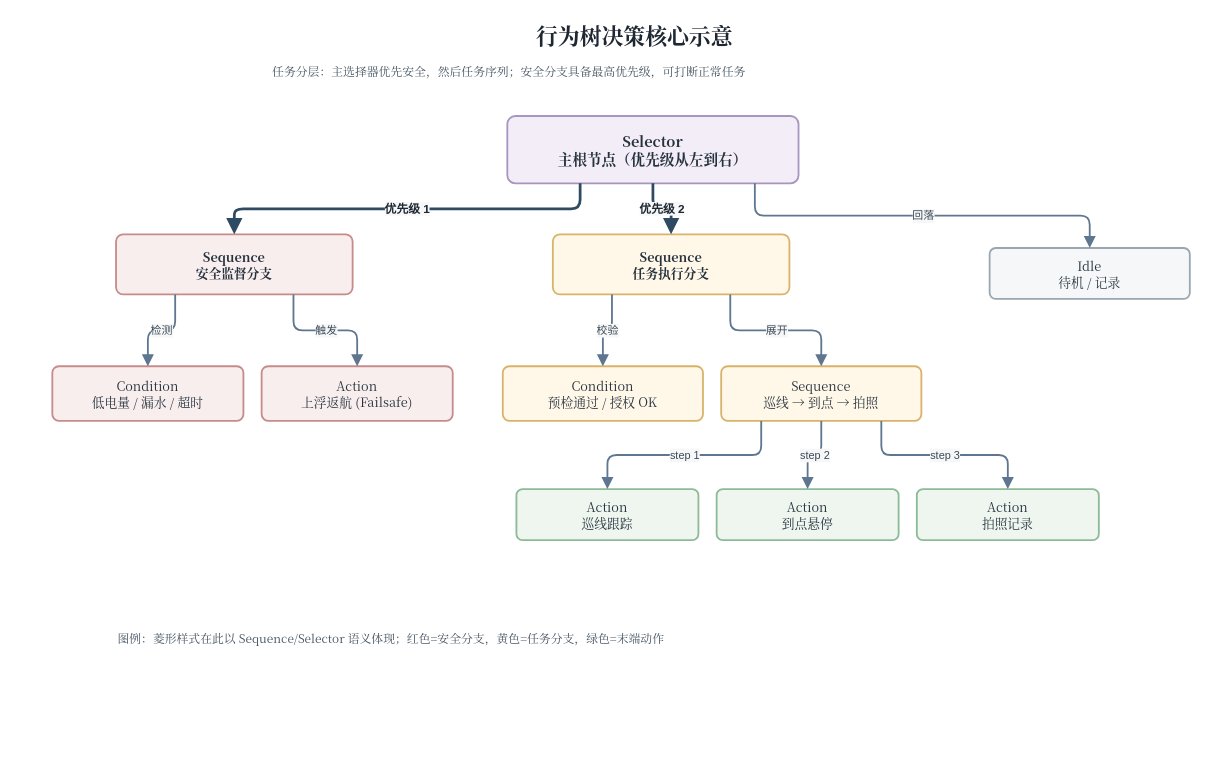
360ZMEM/AUV-Master-Project keeps this draw.io diagram as docs/thesis/figures/architecture/auv_v2_behavior_tree_illustration.drawio. Above is the earlier version. Source tidied: cells renumbered, new cells numbered last; positions are measured from the earlier drawing's top-left corner, leaving out a move shared by most shapes. Both pictures are drawn from the tidied source at 91%, with x=0, y=0 at pixel (52, 15).
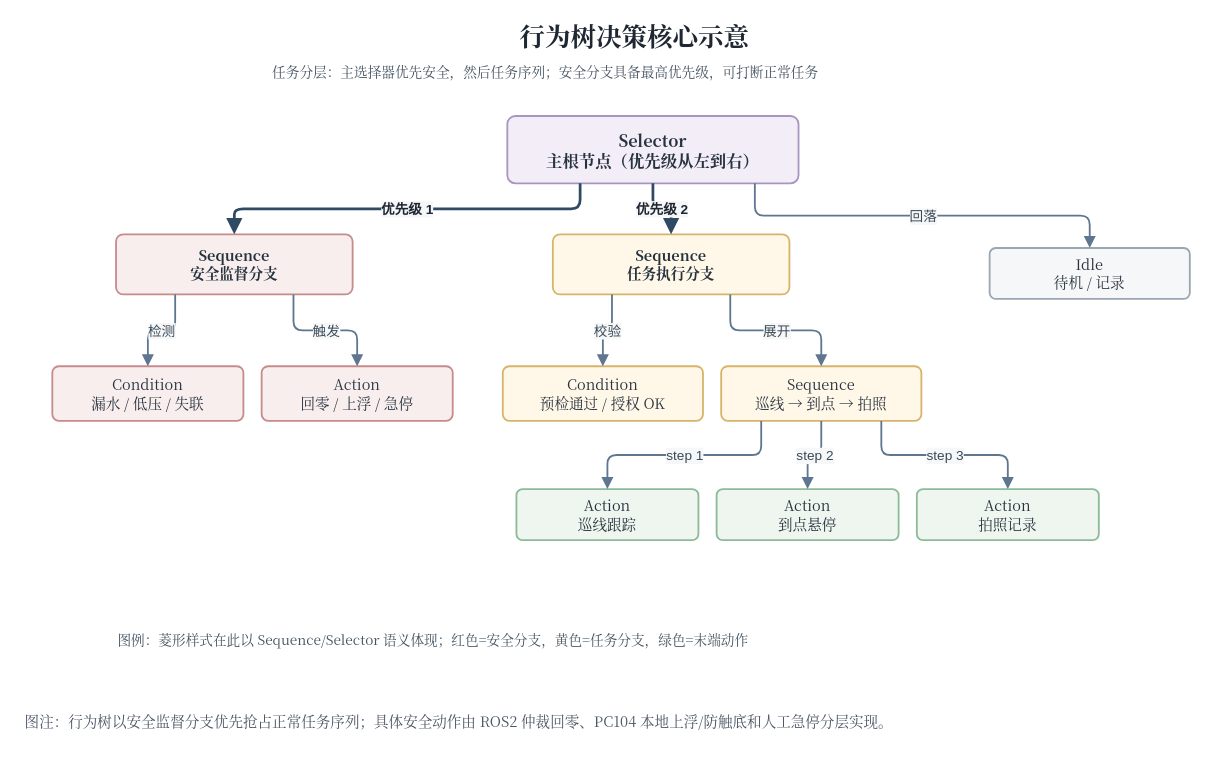
The same diagram, later.

What changed in the source:
```diff
@@
-    <mxCell id="2" value="行为树决策核心示意" style="text;html=1;strokeColor=none;fillColor=none;align=center;verticalAlign=middle;whiteSpace=wrap;rounded=0;fontFamily=Noto Serif CJK SC,Times New Roman;fontSize=24;fontStyle=1;fontColor=#1E2732;" parent="1" vertex="1">
+    <mxCell id="2" value="行为树决策核心示意" style="text;html=1;strokeColor=none;fillColor=none;align=center;verticalAlign=middle;whiteSpace=wrap;rounded=0;fontFamily=Noto Serif CJK SC,Times New Roman;fontSize=28;fontStyle=1;fontColor=#1E2732;" parent="1" vertex="1">
       <mxGeometry x="330" width="620" height="42" as="geometry" />
     </mxCell>
-    <mxCell id="3" value="任务分层：主选择器优先安全，然后任务序列；安全分支具备最高优先级，可打断正常任务" style="text;html=1;strokeColor=none;fillColor=none;align=left;verticalAlign=top;whiteSpace=wrap;rounded=0;fontFamily=Noto Serif CJK SC,Times New Roman;fontSize=13;fontColor=#43525F;" parent="1" vertex="1">
+    <mxCell id="3" value="任务分层：主选择器优先安全，然后任务序列；安全分支具备最高优先级，可打断正常任务" style="text;html=1;strokeColor=none;fillColor=none;align=left;verticalAlign=top;whiteSpace=wrap;rounded=0;fontFamily=Noto Serif CJK SC,Times New Roman;fontSize=15;fontColor=#43525F;" parent="1" vertex="1">
       <mxGeometry x="240" y="46" width="820" height="34" as="geometry" />
     </mxCell>
-    <mxCell id="4" value="Selector&#10;主根节点（优先级从左到右）" style="rounded=1;whiteSpace=wrap;html=1;arcSize=12;fillColor=#F2EDF7;strokeColor=#A996C0;strokeWidth=2;spacing=8;shadow=0;fontFamily=Noto Serif CJK SC,Times New Roman;fontSize=14;fontColor=#26323D;fontStyle=1;fontSize=16;" parent="1" vertex="1">
+    <mxCell id="4" value="Selector&#10;主根节点（优先级从左到右）" style="rounded=1;whiteSpace=wrap;html=1;arcSize=12;fillColor=#F2EDF7;strokeColor=#A996C0;strokeWidth=2;spacing=8;shadow=0;fontFamily=Noto Serif CJK SC,Times New Roman;fontSize=16;fontColor=#26323D;fontStyle=1;fontSize=18;" parent="1" vertex="1">
       <mxGeometry x="500" y="110" width="320" height="74" as="geometry" />
     </mxCell>
-    <mxCell id="5" value="Sequence&#10;安全监督分支" style="rounded=1;whiteSpace=wrap;html=1;arcSize=12;fillColor=#F8EEEE;strokeColor=#C68C8C;strokeWidth=2;spacing=8;shadow=0;fontFamily=Noto Serif CJK SC,Times New Roman;fontSize=14;fontColor=#26323D;fontStyle=1;" parent="1" vertex="1">
+    <mxCell id="5" value="Sequence&#10;安全监督分支" style="rounded=1;whiteSpace=wrap;html=1;arcSize=12;fillColor=#F8EEEE;strokeColor=#C68C8C;strokeWidth=2;spacing=8;shadow=0;fontFamily=Noto Serif CJK SC,Times New Roman;fontSize=16;fontColor=#26323D;fontStyle=1;" parent="1" vertex="1">
       <mxGeometry x="70" y="240" width="260" height="66" as="geometry" />
     </mxCell>
-    <mxCell id="6" value="Sequence&#10;任务执行分支" style="rounded=1;whiteSpace=wrap;html=1;arcSize=12;fillColor=#FFF7E8;strokeColor=#D8B46A;strokeWidth=2;spacing=8;shadow=0;fontFamily=Noto Serif CJK SC,Times New Roman;fontSize=14;fontColor=#26323D;fontStyle=1;" parent="1" vertex="1">
+    <mxCell id="6" value="Sequence&#10;任务执行分支" style="rounded=1;whiteSpace=wrap;html=1;arcSize=12;fillColor=#FFF7E8;strokeColor=#D8B46A;strokeWidth=2;spacing=8;shadow=0;fontFamily=Noto Serif CJK SC,Times New Roman;fontSize=16;fontColor=#26323D;fontStyle=1;" parent="1" vertex="1">
       <mxGeometry x="550" y="240" width="260" height="66" as="geometry" />
     </mxCell>
-    <mxCell id="7" value="Idle&#10;待机 / 记录" style="rounded=1;whiteSpace=wrap;html=1;arcSize=12;fillColor=#F6F7F8;strokeColor=#9AA7B2;strokeWidth=2;spacing=8;shadow=0;fontFamily=Noto Serif CJK SC,Times New Roman;fontSize=14;fontColor=#26323D;" parent="1" vertex="1">
+    <mxCell id="7" value="Idle&#10;待机 / 记录" style="rounded=1;whiteSpace=wrap;html=1;arcSize=12;fillColor=#F6F7F8;strokeColor=#9AA7B2;strokeWidth=2;spacing=8;shadow=0;fontFamily=Noto Serif CJK SC,Times New Roman;fontSize=16;fontColor=#26323D;" parent="1" vertex="1">
       <mxGeometry x="1030" y="255" width="220" height="56" as="geometry" />
     </mxCell>
-    <mxCell id="8" value="Condition&#10;低电量 / 漏水 / 超时" style="rounded=1;whiteSpace=wrap;html=1;arcSize=12;fillColor=#F8EEEE;strokeColor=#C68C8C;strokeWidth=2;spacing=8;shadow=0;fontFamily=Noto Serif CJK SC,Times New Roman;fontSize=14;fontColor=#26323D;" parent="1" vertex="1">
+    <mxCell id="8" value="Condition&#10;漏水 / 低压 / 失联" style="rounded=1;whiteSpace=wrap;html=1;arcSize=12;fillColor=#F8EEEE;strokeColor=#C68C8C;strokeWidth=2;spacing=8;shadow=0;fontFamily=Noto Serif CJK SC,Times New Roman;fontSize=16;fontColor=#26323D;" parent="1" vertex="1">
       <mxGeometry y="385" width="210" height="60" as="geometry" />
     </mxCell>
-    <mxCell id="9" value="Action&#10;上浮返航 (Failsafe)" style="rounded=1;whiteSpace=wrap;html=1;arcSize=12;fillColor=#F8EEEE;strokeColor=#C68C8C;strokeWidth=2;spacing=8;shadow=0;fontFamily=Noto Serif CJK SC,Times New Roman;fontSize=14;fontColor=#26323D;" parent="1" vertex="1">
+    <mxCell id="9" value="Action&#10;回零 / 上浮 / 急停" style="rounded=1;whiteSpace=wrap;html=1;arcSize=12;fillColor=#F8EEEE;strokeColor=#C68C8C;strokeWidth=2;spacing=8;shadow=0;fontFamily=Noto Serif CJK SC,Times New Roman;fontSize=16;fontColor=#26323D;" parent="1" vertex="1">
       <mxGeometry x="230" y="385" width="210" height="60" as="geometry" />
     </mxCell>
-    <mxCell id="10" value="Condition&#10;预检通过 / 授权 OK" style="rounded=1;whiteSpace=wrap;html=1;arcSize=12;fillColor=#FFF7E8;strokeColor=#D8B46A;strokeWidth=2;spacing=8;shadow=0;fontFamily=Noto Serif CJK SC,Times New Roman;fontSize=14;fontColor=#26323D;" parent="1" vertex="1">
+    <mxCell id="10" value="Condition&#10;预检通过 / 授权 OK" style="rounded=1;whiteSpace=wrap;html=1;arcSize=12;fillColor=#FFF7E8;strokeColor=#D8B46A;strokeWidth=2;spacing=8;shadow=0;fontFamily=Noto Serif CJK SC,Times New Roman;fontSize=16;fontColor=#26323D;" parent="1" vertex="1">
       <mxGeometry x="495" y="385" width="220" height="60" as="geometry" />
     </mxCell>
-    <mxCell id="11" value="Sequence&#10;巡线 → 到点 → 拍照" style="rounded=1;whiteSpace=wrap;html=1;arcSize=12;fillColor=#FFF7E8;strokeColor=#D8B46A;strokeWidth=2;spacing=8;shadow=0;fontFamily=Noto Serif CJK SC,Times New Roman;fontSize=14;fontColor=#26323D;" parent="1" vertex="1">
+    <mxCell id="11" value="Sequence&#10;巡线 → 到点 → 拍照" style="rounded=1;whiteSpace=wrap;html=1;arcSize=12;fillColor=#FFF7E8;strokeColor=#D8B46A;strokeWidth=2;spacing=8;shadow=0;fontFamily=Noto Serif CJK SC,Times New Roman;fontSize=16;fontColor=#26323D;" parent="1" vertex="1">
       <mxGeometry x="735" y="385" width="220" height="60" as="geometry" />
     </mxCell>
-    <mxCell id="12" value="Action&#10;巡线跟踪" style="rounded=1;whiteSpace=wrap;html=1;arcSize=12;fillColor=#EEF6EF;strokeColor=#8DBA98;strokeWidth=2;spacing=8;shadow=0;fontFamily=Noto Serif CJK SC,Times New Roman;fontSize=14;fontColor=#26323D;" parent="1" vertex="1">
+    <mxCell id="12" value="Action&#10;巡线跟踪" style="rounded=1;whiteSpace=wrap;html=1;arcSize=12;fillColor=#EEF6EF;strokeColor=#8DBA98;strokeWidth=2;spacing=8;shadow=0;fontFamily=Noto Serif CJK SC,Times New Roman;fontSize=16;fontColor=#26323D;" parent="1" vertex="1">
       <mxGeometry x="510" y="520" width="200" height="56" as="geometry" />
     </mxCell>
-    <mxCell id="13" value="Action&#10;到点悬停" style="rounded=1;whiteSpace=wrap;html=1;arcSize=12;fillColor=#EEF6EF;strokeColor=#8DBA98;strokeWidth=2;spacing=8;shadow=0;fontFamily=Noto Serif CJK SC,Times New Roman;fontSize=14;fontColor=#26323D;" parent="1" vertex="1">
+    <mxCell id="13" value="Action&#10;到点悬停" style="rounded=1;whiteSpace=wrap;html=1;arcSize=12;fillColor=#EEF6EF;strokeColor=#8DBA98;strokeWidth=2;spacing=8;shadow=0;fontFamily=Noto Serif CJK SC,Times New Roman;fontSize=16;fontColor=#26323D;" parent="1" vertex="1">
       <mxGeometry x="730" y="520" width="200" height="56" as="geometry" />
     </mxCell>
-    <mxCell id="14" value="Action&#10;拍照记录" style="rounded=1;whiteSpace=wrap;html=1;arcSize=12;fillColor=#EEF6EF;strokeColor=#8DBA98;strokeWidth=2;spacing=8;shadow=0;fontFamily=Noto Serif CJK SC,Times New Roman;fontSize=14;fontColor=#26323D;" parent="1" vertex="1">
+    <mxCell id="14" value="Action&#10;拍照记录" style="rounded=1;whiteSpace=wrap;html=1;arcSize=12;fillColor=#EEF6EF;strokeColor=#8DBA98;strokeWidth=2;spacing=8;shadow=0;fontFamily=Noto Serif CJK SC,Times New Roman;fontSize=16;fontColor=#26323D;" parent="1" vertex="1">
       <mxGeometry x="950" y="520" width="200" height="56" as="geometry" />
     </mxCell>
-    <mxCell id="15" value="图例：菱形样式在此以 Sequence/Selector 语义体现；红色=安全分支，黄色=任务分支，绿色=末端动作" style="text;html=1;strokeColor=none;fillColor=none;align=left;verticalAlign=top;whiteSpace=wrap;rounded=0;fontFamily=Noto Serif CJK SC,Times New Roman;fontSize=13;fontColor=#43525F;" parent="1" vertex="1">
+    <mxCell id="15" value="图例：菱形样式在此以 Sequence/Selector 语义体现；红色=安全分支，黄色=任务分支，绿色=末端动作" style="text;html=1;strokeColor=none;fillColor=none;align=left;verticalAlign=top;whiteSpace=wrap;rounded=0;fontFamily=Noto Serif CJK SC,Times New Roman;fontSize=15;fontColor=#43525F;" parent="1" vertex="1">
       <mxGeometry x="70" y="670" width="1160" height="34" as="geometry" />
     </mxCell>
-    <mxCell id="16" value="优先级 1" style="edgeStyle=orthogonalEdgeStyle;rounded=1;jettySize=auto;html=1;strokeColor=#2F4A63;fontColor=#1E2732;fontSize=13;fontStyle=1;strokeWidth=3;labelBackgroundColor=#F6F7F8;labelBorderColor=none;endArrow=block;endFill=1;endSize=10;exitX=0.25;exitY=1;entryX=0.5;entryY=0;" parent="1" edge="1" source="4" target="5">
+    <mxCell id="16" value="优先级 1" style="edgeStyle=orthogonalEdgeStyle;rounded=1;jettySize=auto;html=1;strokeColor=#2F4A63;fontColor=#1E2732;fontSize=15;fontStyle=1;strokeWidth=3;labelBackgroundColor=#F6F7F8;labelBorderColor=none;endArrow=block;endFill=1;endSize=10;exitX=0.25;exitY=1;entryX=0.5;entryY=0;" parent="1" edge="1" source="4" target="5">
       <mxGeometry relative="1" as="geometry" />
     </mxCell>
-    <mxCell id="17" value="优先级 2" style="edgeStyle=orthogonalEdgeStyle;rounded=1;jettySize=auto;html=1;strokeColor=#2F4A63;fontColor=#1E2732;fontSize=13;fontStyle=1;strokeWidth=3;labelBackgroundColor=#F6F7F8;labelBorderColor=none;endArrow=block;endFill=1;endSize=10;exitX=0.5;exitY=1;entryX=0.5;entryY=0;" parent="1" edge="1" source="4" target="6">
+    <mxCell id="17" value="优先级 2" style="edgeStyle=orthogonalEdgeStyle;rounded=1;jettySize=auto;html=1;strokeColor=#2F4A63;fontColor=#1E2732;fontSize=15;fontStyle=1;strokeWidth=3;labelBackgroundColor=#F6F7F8;labelBorderColor=none;endArrow=block;endFill=1;endSize=10;exitX=0.5;exitY=1;entryX=0.5;entryY=0;" parent="1" edge="1" source="4" target="6">
       <mxGeometry relative="1" as="geometry" />
     </mxCell>
-    <mxCell id="18" value="回落" style="edgeStyle=orthogonalEdgeStyle;rounded=1;jettySize=auto;html=1;strokeColor=#5F7690;fontColor=#3B4A57;fontSize=12;strokeWidth=2;labelBackgroundColor=#F6F7F8;labelBorderColor=none;endArrow=block;endFill=1;endSize=8;exitX=0.85;exitY=1;entryX=0.5;entryY=0;" parent="1" edge="1" source="4" target="7">
+    <mxCell id="18" value="回落" style="edgeStyle=orthogonalEdgeStyle;rounded=1;jettySize=auto;html=1;strokeColor=#5F7690;fontColor=#3B4A57;fontSize=15;strokeWidth=2;labelBackgroundColor=#F6F7F8;labelBorderColor=none;endArrow=block;endFill=1;endSize=8;exitX=0.85;exitY=1;entryX=0.5;entryY=0;" parent="1" edge="1" source="4" target="7">
       <mxGeometry relative="1" as="geometry" />
     </mxCell>
-    <mxCell id="19" value="检测" style="edgeStyle=orthogonalEdgeStyle;rounded=1;jettySize=auto;html=1;strokeColor=#5F7690;fontColor=#3B4A57;fontSize=12;strokeWidth=2;labelBackgroundColor=#F6F7F8;labelBorderColor=none;endArrow=block;endFill=1;endSize=8;exitX=0.25;exitY=1;entryX=0.5;entryY=0;" parent="1" edge="1" source="5" target="8">
+    <mxCell id="19" value="检测" style="edgeStyle=orthogonalEdgeStyle;rounded=1;jettySize=auto;html=1;strokeColor=#5F7690;fontColor=#3B4A57;fontSize=15;strokeWidth=2;labelBackgroundColor=#F6F7F8;labelBorderColor=none;endArrow=block;endFill=1;endSize=8;exitX=0.25;exitY=1;entryX=0.5;entryY=0;" parent="1" edge="1" source="5" target="8">
       <mxGeometry relative="1" as="geometry" />
     </mxCell>
-    <mxCell id="20" value="触发" style="edgeStyle=orthogonalEdgeStyle;rounded=1;jettySize=auto;html=1;strokeColor=#5F7690;fontColor=#3B4A57;fontSize=12;strokeWidth=2;labelBackgroundColor=#F6F7F8;labelBorderColor=none;endArrow=block;endFill=1;endSize=8;exitX=0.75;exitY=1;entryX=0.5;entryY=0;" parent="1" edge="1" source="5" target="9">
+    <mxCell id="20" value="触发" style="edgeStyle=orthogonalEdgeStyle;rounded=1;jettySize=auto;html=1;strokeColor=#5F7690;fontColor=#3B4A57;fontSize=15;strokeWidth=2;labelBackgroundColor=#F6F7F8;labelBorderColor=none;endArrow=block;endFill=1;endSize=8;exitX=0.75;exitY=1;entryX=0.5;entryY=0;" parent="1" edge="1" source="5" target="9">
       <mxGeometry relative="1" as="geometry" />
     </mxCell>
-    <mxCell id="21" value="校验" style="edgeStyle=orthogonalEdgeStyle;rounded=1;jettySize=auto;html=1;strokeColor=#5F7690;fontColor=#3B4A57;fontSize=12;strokeWidth=2;labelBackgroundColor=#F6F7F8;labelBorderColor=none;endArrow=block;endFill=1;endSize=8;exitX=0.25;exitY=1;entryX=0.5;entryY=0;" parent="1" edge="1" source="6" target="10">
+    <mxCell id="21" value="校验" style="edgeStyle=orthogonalEdgeStyle;rounded=1;jettySize=auto;html=1;strokeColor=#5F7690;fontColor=#3B4A57;fontSize=15;strokeWidth=2;labelBackgroundColor=#F6F7F8;labelBorderColor=none;endArrow=block;endFill=1;endSize=8;exitX=0.25;exitY=1;entryX=0.5;entryY=0;" parent="1" edge="1" source="6" target="10">
       <mxGeometry relative="1" as="geometry" />
     </mxCell>
-    <mxCell id="22" value="展开" style="edgeStyle=orthogonalEdgeStyle;rounded=1;jettySize=auto;html=1;strokeColor=#5F7690;fontColor=#3B4A57;fontSize=12;strokeWidth=2;labelBackgroundColor=#F6F7F8;labelBorderColor=none;endArrow=block;endFill=1;endSize=8;exitX=0.75;exitY=1;entryX=0.5;entryY=0;" parent="1" edge="1" source="6" target="11">
+    <mxCell id="22" value="展开" style="edgeStyle=orthogonalEdgeStyle;rounded=1;jettySize=auto;html=1;strokeColor=#5F7690;fontColor=#3B4A57;fontSize=15;strokeWidth=2;labelBackgroundColor=#F6F7F8;labelBorderColor=none;endArrow=block;endFill=1;endSize=8;exitX=0.75;exitY=1;entryX=0.5;entryY=0;" parent="1" edge="1" source="6" target="11">
       <mxGeometry relative="1" as="geometry" />
     </mxCell>
-    <mxCell id="23" value="step 1" style="edgeStyle=orthogonalEdgeStyle;rounded=1;jettySize=auto;html=1;strokeColor=#5F7690;fontColor=#3B4A57;fontSize=12;strokeWidth=2;labelBackgroundColor=#F6F7F8;labelBorderColor=none;endArrow=block;endFill=1;endSize=8;exitX=0.2;exitY=1;entryX=0.5;entryY=0;" parent="1" edge="1" source="11" target="12">
+    <mxCell id="23" value="step 1" style="edgeStyle=orthogonalEdgeStyle;rounded=1;jettySize=auto;html=1;strokeColor=#5F7690;fontColor=#3B4A57;fontSize=15;strokeWidth=2;labelBackgroundColor=#F6F7F8;labelBorderColor=none;endArrow=block;endFill=1;endSize=8;exitX=0.2;exitY=1;entryX=0.5;entryY=0;" parent="1" edge="1" source="11" target="12">
       <mxGeometry relative="1" as="geometry" />
     </mxCell>
-    <mxCell id="24" value="step 2" style="edgeStyle=orthogonalEdgeStyle;rounded=1;jettySize=auto;html=1;strokeColor=#5F7690;fontColor=#3B4A57;fontSize=12;strokeWidth=2;labelBackgroundColor=#F6F7F8;labelBorderColor=none;endArrow=block;endFill=1;endSize=8;exitX=0.5;exitY=1;entryX=0.5;entryY=0;" parent="1" edge="1" source="11" target="13">
+    <mxCell id="24" value="step 2" style="edgeStyle=orthogonalEdgeStyle;rounded=1;jettySize=auto;html=1;strokeColor=#5F7690;fontColor=#3B4A57;fontSize=15;strokeWidth=2;labelBackgroundColor=#F6F7F8;labelBorderColor=none;endArrow=block;endFill=1;endSize=8;exitX=0.5;exitY=1;entryX=0.5;entryY=0;" parent="1" edge="1" source="11" target="13">
       <mxGeometry relative="1" as="geometry" />
     </mxCell>
-    <mxCell id="25" value="step 3" style="edgeStyle=orthogonalEdgeStyle;rounded=1;jettySize=auto;html=1;strokeColor=#5F7690;fontColor=#3B4A57;fontSize=12;strokeWidth=2;labelBackgroundColor=#F6F7F8;labelBorderColor=none;endArrow=block;endFill=1;endSize=8;exitX=0.8;exitY=1;entryX=0.5;entryY=0;" parent="1" edge="1" source="11" target="14">
+    <mxCell id="25" value="step 3" style="edgeStyle=orthogonalEdgeStyle;rounded=1;jettySize=auto;html=1;strokeColor=#5F7690;fontColor=#3B4A57;fontSize=15;strokeWidth=2;labelBackgroundColor=#F6F7F8;labelBorderColor=none;endArrow=block;endFill=1;endSize=8;exitX=0.8;exitY=1;entryX=0.5;entryY=0;" parent="1" edge="1" source="11" target="14">
       <mxGeometry relative="1" as="geometry" />
     </mxCell>
+    <mxCell id="26" value="图注：行为树以安全监督分支优先抢占正常任务序列；具体安全动作由 ROS2 仲裁回零、PC104 本地上浮/防触底和人工急停分层实现。" style="text;html=1;align=left;verticalAlign=middle;whiteSpace=wrap;fontFamily=Noto Serif CJK SC;fontSize=16;fontColor=#4B5563;spacingLeft=8;spacingRight=8;" parent="1" vertex="1">
+      <mxGeometry x="-40" y="740" width="1270" height="70" as="geometry" />
+    </mxCell>
```
